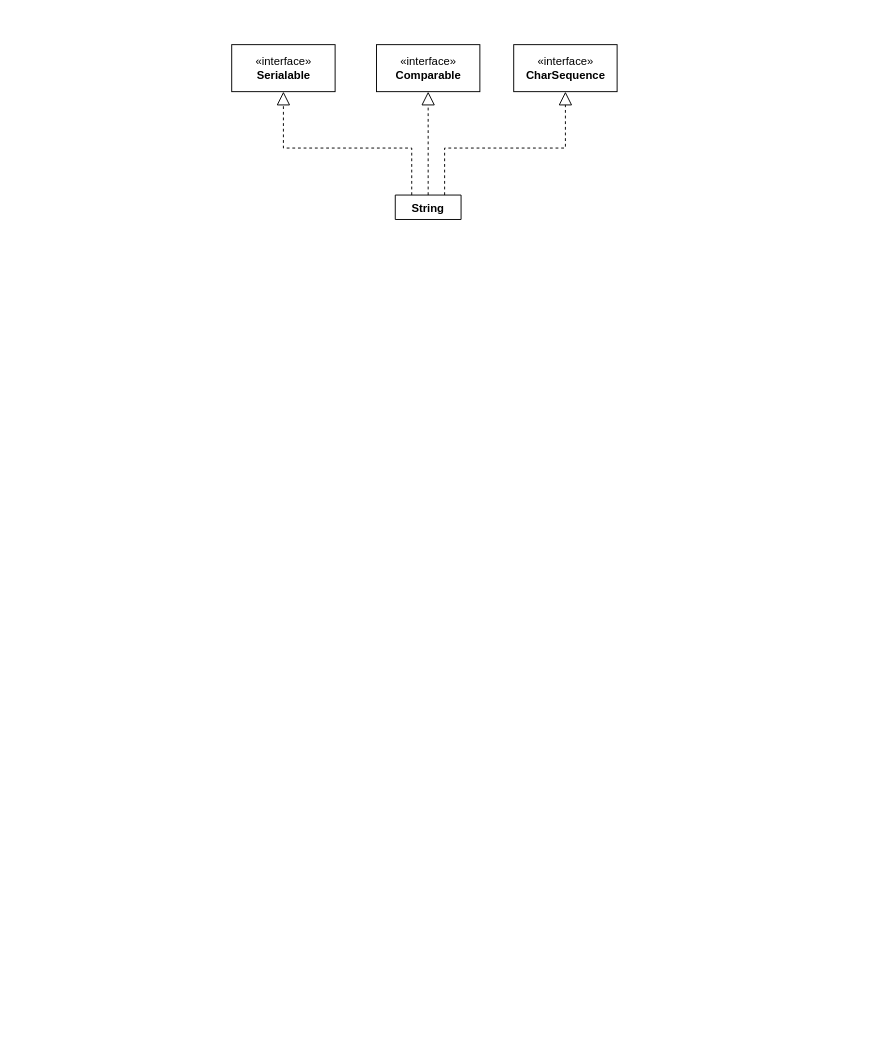
Before: page "Java" (8 of 8) of SDN.drawio in waterwatermelon/graph, a draw.io diagram. Source tidied: cells renumbered, new cells numbered last; positions are measured from the earlier drawing's top-left corner, leaving out a move shared by most shapes. Both pictures are drawn from the tidied source at 94%, with x=0, y=0 at pixel (231, 44).
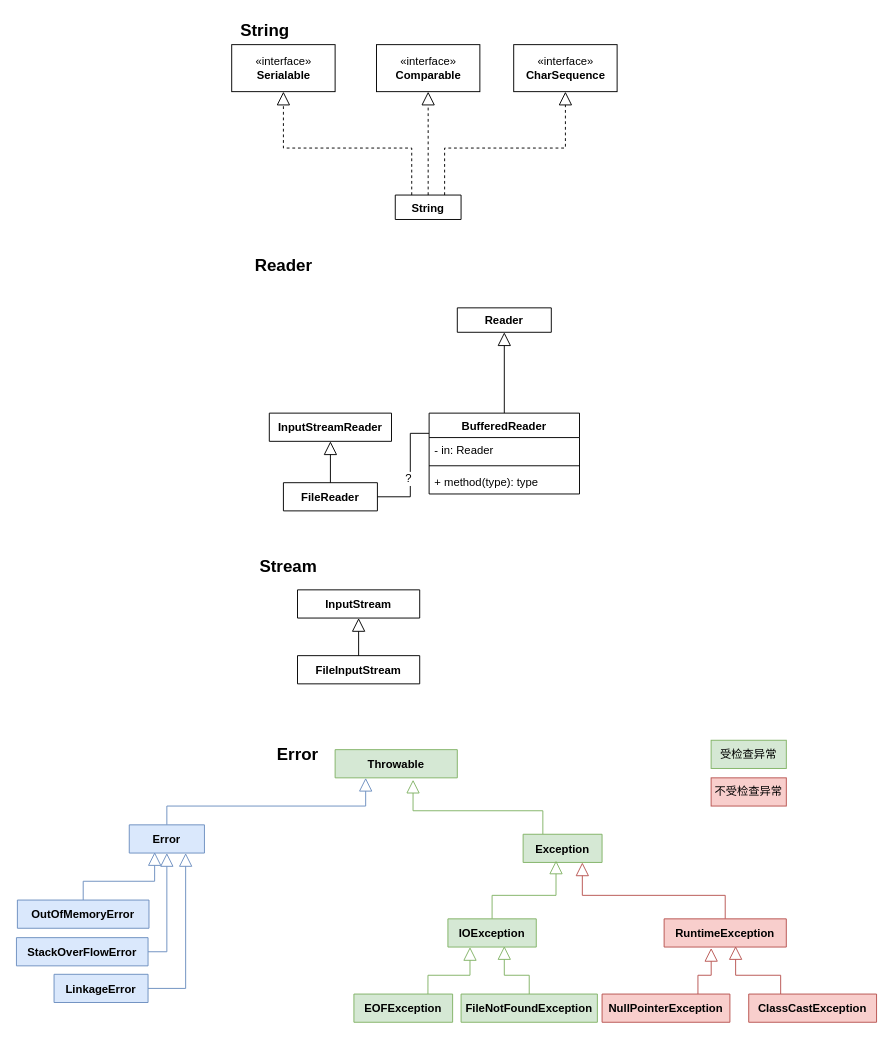
After the change.

What changed in the source:
```diff
@@
+    <mxCell id="9" value="&lt;span style=&quot;font-weight: 700; font-size: 18px;&quot;&gt;String&lt;/span&gt;" style="text;html=1;align=center;verticalAlign=middle;fontSize=18;" parent="1" vertex="1">
+      <mxGeometry y="-30" width="70" height="30" as="geometry" />
+    </mxCell>
+    <mxCell id="10" value="&lt;span style=&quot;font-weight: 700 ; font-size: 18px&quot;&gt;Reader&lt;/span&gt;" style="text;html=1;align=center;verticalAlign=middle;fontSize=18;" parent="1" vertex="1">
+      <mxGeometry x="15" y="220" width="80" height="30" as="geometry" />
+    </mxCell>
+    <mxCell id="11" value="Reader" style="swimlane;fontStyle=1;horizontal=1;startSize=26;fillColor=none;" parent="1" vertex="1" collapsed="1">
+      <mxGeometry x="240" y="280" width="100" height="26" as="geometry" />
+    </mxCell>
+    <mxCell id="12" style="edgeStyle=orthogonalEdgeStyle;rounded=0;jettySize=auto;html=1;exitX=0.5;exitY=0;exitDx=0;exitDy=0;entryX=0.5;entryY=1;entryDx=0;entryDy=0;fontSize=18;endArrow=block;endFill=0;endSize=12;" parent="1" edge="1" source="15" target="21">
+      <mxGeometry relative="1" as="geometry" />
+    </mxCell>
+    <mxCell id="13" style="edgeStyle=orthogonalEdgeStyle;rounded=0;jettySize=auto;html=1;exitX=1;exitY=0.5;exitDx=0;exitDy=0;entryX=0;entryY=0.25;entryDx=0;entryDy=0;endArrow=none;endFill=0;endSize=12;fontSize=12;" parent="1" edge="1" source="15" target="17">
+      <mxGeometry relative="1" as="geometry">
+        <Array as="points">
+          <mxPoint x="190" y="481" />
+          <mxPoint x="190" y="414" />
+        </Array>
+      </mxGeometry>
+    </mxCell>
+    <mxCell id="14" value="?" style="edgeLabel;html=1;align=center;verticalAlign=middle;fontSize=12;" parent="13" vertex="1">
+      <mxGeometry x="-0.1" y="3" relative="1" as="geometry" />
+    </mxCell>
+    <mxCell id="15" value="FileReader" style="swimlane;fontStyle=1;horizontal=1;startSize=30;fillColor=none;" parent="1" vertex="1" collapsed="1">
+      <mxGeometry x="55" y="466" width="100" height="30" as="geometry" />
+    </mxCell>
+    <mxCell id="16" style="edgeStyle=orthogonalEdgeStyle;rounded=0;jettySize=auto;html=1;exitX=0.5;exitY=0;exitDx=0;exitDy=0;entryX=0.5;entryY=1;entryDx=0;entryDy=0;endArrow=block;endFill=0;endSize=12;fontSize=12;" parent="1" edge="1" source="17" target="11">
+      <mxGeometry relative="1" as="geometry" />
+    </mxCell>
+    <mxCell id="17" value="BufferedReader" style="swimlane;fontStyle=1;align=center;verticalAlign=top;horizontal=1;startSize=26;fontSize=12;" parent="1" vertex="1">
+      <mxGeometry x="210" y="392" width="160" height="86" as="geometry" />
+    </mxCell>
+    <mxCell id="18" value="- in: Reader&#10;" style="text;strokeColor=none;fillColor=none;align=left;verticalAlign=top;spacingLeft=4;spacingRight=4;overflow=hidden;" parent="17" vertex="1">
+      <mxGeometry y="26" width="160" height="26" as="geometry" />
+    </mxCell>
+    <mxCell id="19" style="line;strokeWidth=1;fillColor=none;align=left;verticalAlign=middle;spacingTop=-1;spacingLeft=3;spacingRight=3;labelPosition=right;" parent="17" vertex="1">
+      <mxGeometry y="52" width="160" height="8" as="geometry" />
+    </mxCell>
+    <mxCell id="20" value="+ method(type): type" style="text;strokeColor=none;fillColor=none;align=left;verticalAlign=top;spacingLeft=4;spacingRight=4;overflow=hidden;" parent="17" vertex="1">
+      <mxGeometry y="60" width="160" height="26" as="geometry" />
+    </mxCell>
+    <mxCell id="21" value="InputStreamReader" style="swimlane;fontStyle=1;horizontal=1;startSize=30;fillColor=none;" parent="1" vertex="1" collapsed="1">
+      <mxGeometry x="40" y="392" width="130" height="30" as="geometry" />
+    </mxCell>
+    <mxCell id="22" value="&lt;span style=&quot;font-weight: 700 ; font-size: 18px&quot;&gt;Stream&lt;/span&gt;" style="text;html=1;align=center;verticalAlign=middle;fontSize=18;" parent="1" vertex="1">
+      <mxGeometry x="20" y="540" width="80" height="30" as="geometry" />
+    </mxCell>
+    <mxCell id="23" value="InputStream" style="swimlane;fontStyle=1;horizontal=1;startSize=30;fillColor=none;" parent="1" vertex="1" collapsed="1">
+      <mxGeometry x="70" y="580" width="130" height="30" as="geometry" />
+    </mxCell>
+    <mxCell id="24" style="edgeStyle=orthogonalEdgeStyle;rounded=0;jettySize=auto;html=1;exitX=0.5;exitY=0;exitDx=0;exitDy=0;entryX=0.5;entryY=1;entryDx=0;entryDy=0;endArrow=block;endFill=0;endSize=12;fontSize=12;" parent="1" edge="1" source="25" target="23">
+      <mxGeometry relative="1" as="geometry" />
+    </mxCell>
+    <mxCell id="25" value="FileInputStream" style="swimlane;fontStyle=1;horizontal=1;startSize=30;fillColor=none;" parent="1" vertex="1" collapsed="1">
+      <mxGeometry x="70" y="650" width="130" height="30" as="geometry" />
+    </mxCell>
+    <mxCell id="26" value="&lt;span style=&quot;font-weight: 700 ; font-size: 18px&quot;&gt;Error&lt;/span&gt;" style="text;html=1;align=center;verticalAlign=middle;fontSize=18;" parent="1" vertex="1">
+      <mxGeometry x="40" y="740" width="60" height="30" as="geometry" />
+    </mxCell>
+    <mxCell id="27" value="Throwable" style="swimlane;fontStyle=1;horizontal=1;startSize=30;fillColor=#d5e8d4;strokeColor=#82b366;" parent="1" vertex="1" collapsed="1">
+      <mxGeometry x="110" y="750" width="130" height="30" as="geometry" />
+    </mxCell>
+    <mxCell id="28" style="edgeStyle=orthogonalEdgeStyle;rounded=0;jettySize=auto;html=1;exitX=0.5;exitY=0;exitDx=0;exitDy=0;entryX=0.25;entryY=1;entryDx=0;entryDy=0;endArrow=block;endFill=0;endSize=12;fontSize=12;fillColor=#dae8fc;strokeColor=#6c8ebf;" parent="1" edge="1" source="29" target="27">
+      <mxGeometry relative="1" as="geometry" />
+    </mxCell>
+    <mxCell id="29" value="Error" style="swimlane;fontStyle=1;horizontal=1;startSize=30;fillColor=#dae8fc;strokeColor=#6c8ebf;" parent="1" vertex="1" collapsed="1">
+      <mxGeometry x="-109" y="830" width="80" height="30" as="geometry" />
+    </mxCell>
+    <mxCell id="30" style="edgeStyle=orthogonalEdgeStyle;rounded=0;jettySize=auto;html=1;exitX=0.25;exitY=0;exitDx=0;exitDy=0;entryX=0.638;entryY=1.067;entryDx=0;entryDy=0;entryPerimeter=0;endArrow=block;endFill=0;endSize=12;fontSize=12;fillColor=#d5e8d4;strokeColor=#82b366;" parent="1" edge="1" source="31" target="27">
+      <mxGeometry relative="1" as="geometry" />
+    </mxCell>
+    <mxCell id="31" value="Exception" style="swimlane;fontStyle=1;horizontal=1;startSize=30;fillColor=#d5e8d4;strokeColor=#82b366;" parent="1" vertex="1" collapsed="1">
+      <mxGeometry x="310" y="840" width="84" height="30" as="geometry" />
+    </mxCell>
+    <mxCell id="32" style="edgeStyle=orthogonalEdgeStyle;rounded=0;jettySize=auto;html=1;exitX=0.5;exitY=0;exitDx=0;exitDy=0;entryX=0.338;entryY=0.967;entryDx=0;entryDy=0;entryPerimeter=0;endArrow=block;endFill=0;endSize=12;fontSize=12;fillColor=#dae8fc;strokeColor=#6c8ebf;" parent="1" edge="1" source="33" target="29">
+      <mxGeometry relative="1" as="geometry" />
+    </mxCell>
+    <mxCell id="33" value="OutOfMemoryError" style="swimlane;fontStyle=1;horizontal=1;startSize=30;fillColor=#dae8fc;strokeColor=#6c8ebf;" parent="1" vertex="1" collapsed="1">
+      <mxGeometry x="-228" y="910" width="140" height="30" as="geometry" />
+    </mxCell>
+    <mxCell id="34" style="edgeStyle=orthogonalEdgeStyle;rounded=0;jettySize=auto;html=1;exitX=1;exitY=0.5;exitDx=0;exitDy=0;entryX=0.5;entryY=1;entryDx=0;entryDy=0;endArrow=block;endFill=0;endSize=12;fontSize=12;fillColor=#dae8fc;strokeColor=#6c8ebf;" parent="1" edge="1" source="35" target="29">
+      <mxGeometry relative="1" as="geometry" />
+    </mxCell>
+    <mxCell id="35" value="StackOverFlowError" style="swimlane;fontStyle=1;horizontal=1;startSize=30;fillColor=#dae8fc;strokeColor=#6c8ebf;" parent="1" vertex="1" collapsed="1">
+      <mxGeometry x="-229" y="950" width="140" height="30" as="geometry" />
+    </mxCell>
+    <mxCell id="36" style="edgeStyle=orthogonalEdgeStyle;rounded=0;jettySize=auto;html=1;exitX=1;exitY=0.5;exitDx=0;exitDy=0;entryX=0.75;entryY=1;entryDx=0;entryDy=0;endArrow=block;endFill=0;endSize=12;fontSize=12;fillColor=#dae8fc;strokeColor=#6c8ebf;" parent="1" edge="1" source="37" target="29">
+      <mxGeometry relative="1" as="geometry" />
+    </mxCell>
+    <mxCell id="37" value="LinkageError" style="swimlane;fontStyle=1;horizontal=1;startSize=30;fillColor=#dae8fc;strokeColor=#6c8ebf;" parent="1" vertex="1" collapsed="1">
+      <mxGeometry x="-189" y="989" width="100" height="30" as="geometry" />
+    </mxCell>
+    <mxCell id="38" style="edgeStyle=orthogonalEdgeStyle;rounded=0;jettySize=auto;html=1;exitX=0.5;exitY=0;exitDx=0;exitDy=0;entryX=0.417;entryY=0.933;entryDx=0;entryDy=0;entryPerimeter=0;endArrow=block;endFill=0;endSize=12;fontSize=12;fillColor=#d5e8d4;strokeColor=#82b366;" parent="1" edge="1" source="39" target="31">
+      <mxGeometry relative="1" as="geometry" />
+    </mxCell>
+    <mxCell id="39" value="IOException" style="swimlane;fontStyle=1;horizontal=1;startSize=30;fillColor=#d5e8d4;strokeColor=#82b366;" parent="1" vertex="1" collapsed="1">
+      <mxGeometry x="230" y="930" width="94" height="30" as="geometry" />
+    </mxCell>
+    <mxCell id="40" style="edgeStyle=orthogonalEdgeStyle;rounded=0;jettySize=auto;html=1;exitX=0.75;exitY=0;exitDx=0;exitDy=0;entryX=0.25;entryY=1;entryDx=0;entryDy=0;endArrow=block;endFill=0;endSize=12;fontSize=12;fillColor=#d5e8d4;strokeColor=#82b366;" parent="1" edge="1" source="41" target="39">
+      <mxGeometry relative="1" as="geometry" />
+    </mxCell>
+    <mxCell id="41" value="EOFException" style="swimlane;fontStyle=1;horizontal=1;startSize=30;fillColor=#d5e8d4;strokeColor=#82b366;" parent="1" vertex="1" collapsed="1">
+      <mxGeometry x="130" y="1010" width="105" height="30" as="geometry" />
+    </mxCell>
+    <mxCell id="42" style="edgeStyle=orthogonalEdgeStyle;rounded=0;jettySize=auto;html=1;exitX=0.5;exitY=0;exitDx=0;exitDy=0;entryX=0.638;entryY=0.967;entryDx=0;entryDy=0;entryPerimeter=0;endArrow=block;endFill=0;endSize=12;fontSize=12;fillColor=#d5e8d4;strokeColor=#82b366;" parent="1" edge="1" source="43" target="39">
+      <mxGeometry relative="1" as="geometry" />
+    </mxCell>
+    <mxCell id="43" value="FileNotFoundException" style="swimlane;fontStyle=1;horizontal=1;startSize=30;fillColor=#d5e8d4;strokeColor=#82b366;" parent="1" vertex="1" collapsed="1">
+      <mxGeometry x="244" y="1010" width="145" height="30" as="geometry" />
+    </mxCell>
+    <mxCell id="44" style="edgeStyle=orthogonalEdgeStyle;rounded=0;jettySize=auto;html=1;exitX=0.5;exitY=0;exitDx=0;exitDy=0;entryX=0.75;entryY=1;entryDx=0;entryDy=0;endArrow=block;endFill=0;endSize=12;fontSize=12;fillColor=#f8cecc;strokeColor=#b85450;" parent="1" edge="1" source="45" target="31">
+      <mxGeometry relative="1" as="geometry" />
+    </mxCell>
+    <mxCell id="45" value="RuntimeException" style="swimlane;fontStyle=1;horizontal=1;startSize=30;fillColor=#f8cecc;strokeColor=#b85450;" parent="1" vertex="1" collapsed="1">
+      <mxGeometry x="460" y="930" width="130" height="30" as="geometry" />
+    </mxCell>
+    <mxCell id="46" style="edgeStyle=orthogonalEdgeStyle;rounded=0;jettySize=auto;html=1;exitX=0.75;exitY=0;exitDx=0;exitDy=0;entryX=0.385;entryY=1.033;entryDx=0;entryDy=0;entryPerimeter=0;endArrow=block;endFill=0;endSize=12;fontSize=12;fillColor=#f8cecc;strokeColor=#b85450;" parent="1" edge="1" source="47" target="45">
+      <mxGeometry relative="1" as="geometry" />
+    </mxCell>
+    <mxCell id="47" value="NullPointerException" style="swimlane;fontStyle=1;horizontal=1;startSize=30;fillColor=#f8cecc;strokeColor=#b85450;" parent="1" vertex="1" collapsed="1">
+      <mxGeometry x="394" y="1010" width="136" height="30" as="geometry" />
+    </mxCell>
+    <mxCell id="48" style="edgeStyle=orthogonalEdgeStyle;rounded=0;jettySize=auto;html=1;exitX=0.25;exitY=0;exitDx=0;exitDy=0;entryX=0.585;entryY=0.967;entryDx=0;entryDy=0;entryPerimeter=0;endArrow=block;endFill=0;endSize=12;fontSize=12;fillColor=#f8cecc;strokeColor=#b85450;" parent="1" edge="1" source="49" target="45">
+      <mxGeometry relative="1" as="geometry" />
+    </mxCell>
+    <mxCell id="49" value="ClassCastException" style="swimlane;fontStyle=1;horizontal=1;startSize=30;fillColor=#f8cecc;strokeColor=#b85450;" parent="1" vertex="1" collapsed="1">
+      <mxGeometry x="550" y="1010" width="136" height="30" as="geometry" />
+    </mxCell>
+    <mxCell id="50" value="受检查异常" style="rounded=0;whiteSpace=wrap;html=1;fontSize=12;fillColor=#d5e8d4;strokeColor=#82b366;" parent="1" vertex="1">
+      <mxGeometry x="510" y="740" width="80" height="30" as="geometry" />
+    </mxCell>
+    <mxCell id="51" value="不受检查异常" style="rounded=0;whiteSpace=wrap;html=1;fontSize=12;fillColor=#f8cecc;strokeColor=#b85450;" parent="1" vertex="1">
+      <mxGeometry x="510" y="780" width="80" height="30" as="geometry" />
+    </mxCell>
```
